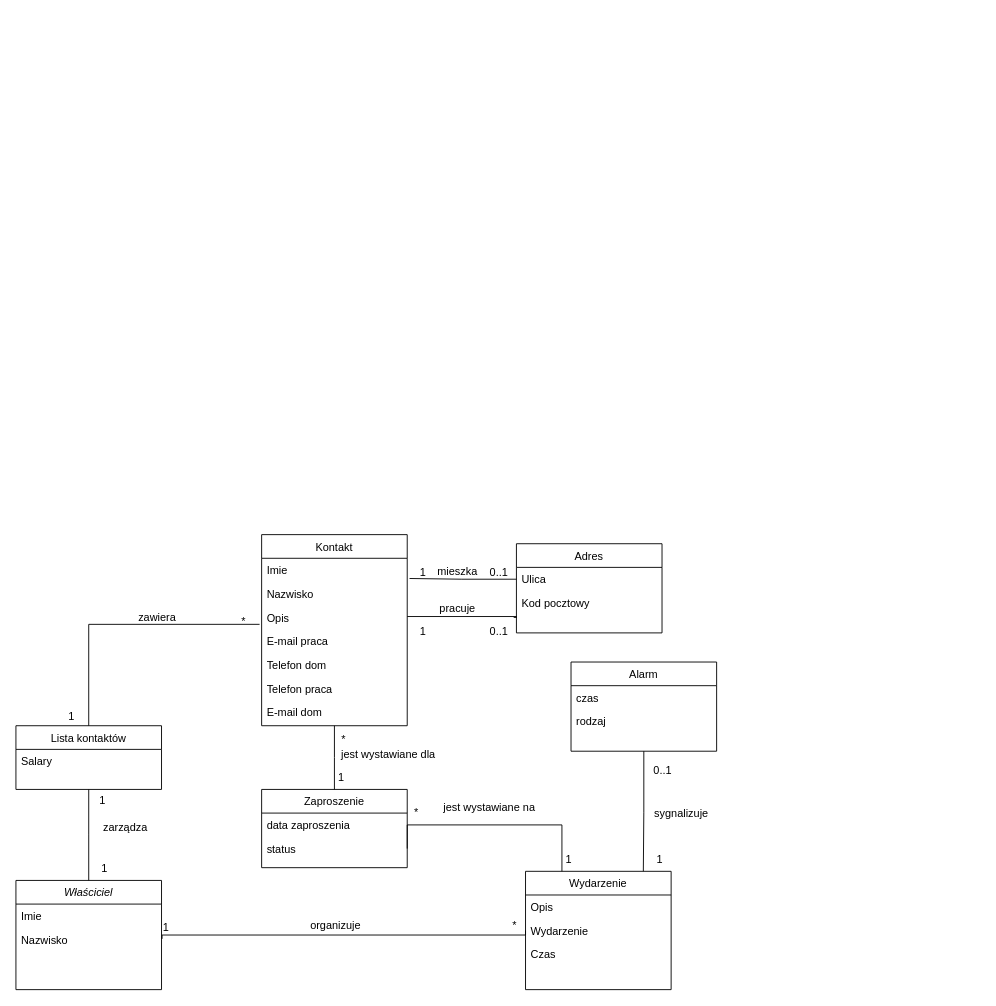
Before: AiPSIpr2.drawio in cocacolaja/Studia, a draw.io diagram. Source tidied: cells renumbered, new cells numbered last; positions are measured from the earlier drawing's top-left corner, leaving out a move shared by most shapes. Both pictures are drawn from the tidied source at 91%, with x=0, y=0 at pixel (15, 534).
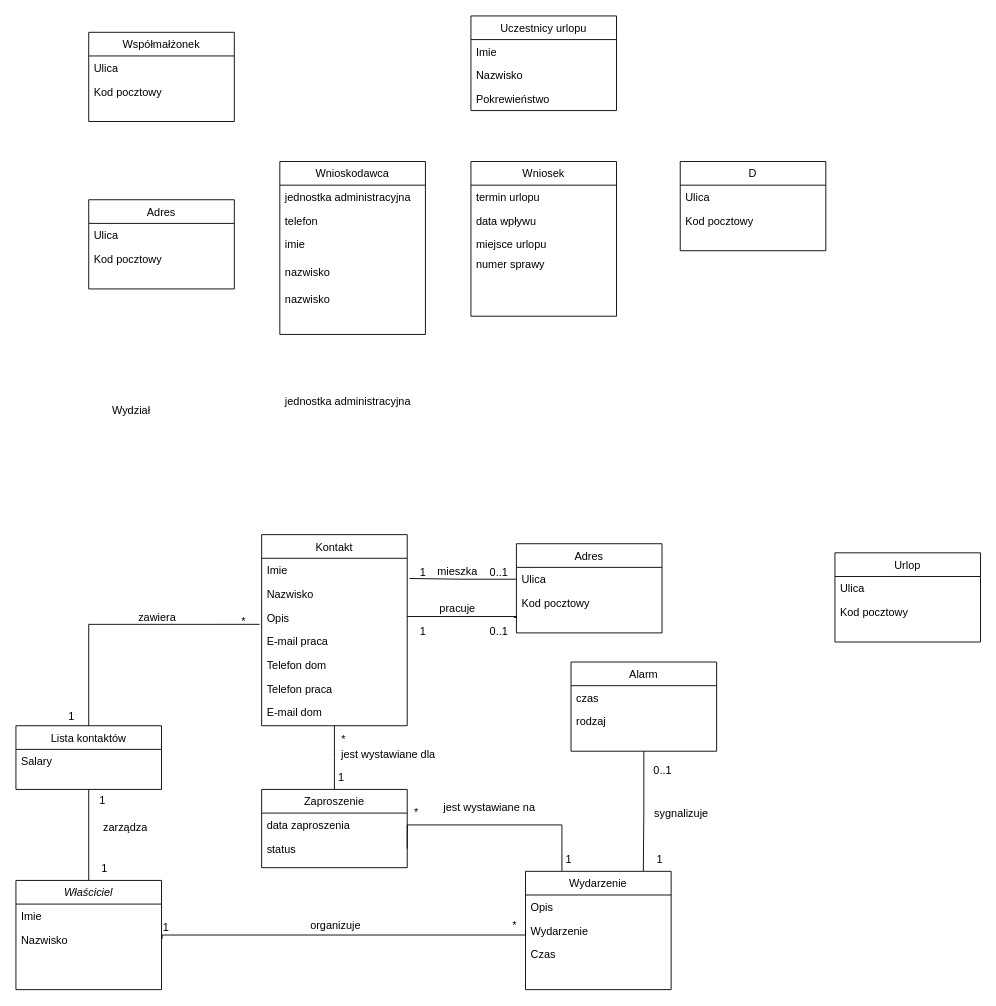
After the change.

Change to the diagram source:
```diff
@@
+    <mxCell id="60" value="Wnioskodawca" style="swimlane;fontStyle=0;align=center;verticalAlign=top;horizontal=1;startSize=26;rounded=0;shadow=0;strokeWidth=1;" parent="1" vertex="1">
+      <mxGeometry x="290" y="-410" width="160" height="190" as="geometry" />
+    </mxCell>
+    <mxCell id="61" value="jednostka administracyjna" style="text;align=left;verticalAlign=top;spacingLeft=4;spacingRight=4;overflow=hidden;rounded=0;shadow=0;html=0;" parent="60" vertex="1">
+      <mxGeometry y="26" width="160" height="26" as="geometry" />
+    </mxCell>
+    <mxCell id="62" value="telefon" style="text;align=left;verticalAlign=top;spacingLeft=4;spacingRight=4;overflow=hidden;rounded=0;shadow=0;html=0;" parent="60" vertex="1">
+      <mxGeometry y="52" width="160" height="26" as="geometry" />
+    </mxCell>
+    <mxCell id="63" value="imie" style="text;align=left;verticalAlign=top;spacingLeft=4;spacingRight=4;overflow=hidden;rounded=0;shadow=0;html=0;" parent="60" vertex="1">
+      <mxGeometry y="78" width="160" height="30" as="geometry" />
+    </mxCell>
+    <mxCell id="64" value="nazwisko" style="text;align=left;verticalAlign=top;spacingLeft=4;spacingRight=4;overflow=hidden;rounded=0;shadow=0;html=0;" parent="60" vertex="1">
+      <mxGeometry y="108" width="160" height="30" as="geometry" />
+    </mxCell>
+    <mxCell id="65" value="nazwisko" style="text;align=left;verticalAlign=top;spacingLeft=4;spacingRight=4;overflow=hidden;rounded=0;shadow=0;html=0;" parent="60" vertex="1">
+      <mxGeometry y="138" width="160" height="30" as="geometry" />
+    </mxCell>
+    <mxCell id="66" value="Adres" style="swimlane;fontStyle=0;align=center;verticalAlign=top;horizontal=1;startSize=26;rounded=0;shadow=0;strokeWidth=1;" parent="1" vertex="1">
+      <mxGeometry x="80" y="-368" width="160" height="98" as="geometry" />
+    </mxCell>
+    <mxCell id="67" value="Ulica" style="text;align=left;verticalAlign=top;spacingLeft=4;spacingRight=4;overflow=hidden;" parent="66" vertex="1">
+      <mxGeometry y="26" width="160" height="26" as="geometry" />
+    </mxCell>
+    <mxCell id="68" value="Kod pocztowy" style="text;align=left;verticalAlign=top;spacingLeft=4;spacingRight=4;overflow=hidden;rounded=0;shadow=0;html=0;" parent="66" vertex="1">
+      <mxGeometry y="52" width="160" height="26" as="geometry" />
+    </mxCell>
+    <mxCell id="69" value="Uczestnicy urlopu" style="swimlane;fontStyle=0;align=center;verticalAlign=top;horizontal=1;startSize=26;rounded=0;shadow=0;strokeWidth=1;" parent="1" vertex="1">
+      <mxGeometry x="500" y="-570" width="160" height="104" as="geometry" />
+    </mxCell>
+    <mxCell id="70" value="Imie" style="text;align=left;verticalAlign=top;spacingLeft=4;spacingRight=4;overflow=hidden;" parent="69" vertex="1">
+      <mxGeometry y="26" width="160" height="26" as="geometry" />
+    </mxCell>
+    <mxCell id="71" value="Nazwisko" style="text;align=left;verticalAlign=top;spacingLeft=4;spacingRight=4;overflow=hidden;rounded=0;shadow=0;html=0;" parent="69" vertex="1">
+      <mxGeometry y="52" width="160" height="26" as="geometry" />
+    </mxCell>
+    <mxCell id="72" value="Pokrewieństwo" style="text;align=left;verticalAlign=top;spacingLeft=4;spacingRight=4;overflow=hidden;rounded=0;shadow=0;html=0;" parent="69" vertex="1">
+      <mxGeometry y="78" width="160" height="26" as="geometry" />
+    </mxCell>
+    <mxCell id="73" value="D" style="swimlane;fontStyle=0;align=center;verticalAlign=top;horizontal=1;startSize=26;rounded=0;shadow=0;strokeWidth=1;" parent="1" vertex="1">
+      <mxGeometry x="730" y="-410" width="160" height="98" as="geometry" />
+    </mxCell>
+    <mxCell id="74" value="Ulica" style="text;align=left;verticalAlign=top;spacingLeft=4;spacingRight=4;overflow=hidden;" parent="73" vertex="1">
+      <mxGeometry y="26" width="160" height="26" as="geometry" />
+    </mxCell>
+    <mxCell id="75" value="Kod pocztowy" style="text;align=left;verticalAlign=top;spacingLeft=4;spacingRight=4;overflow=hidden;rounded=0;shadow=0;html=0;" parent="73" vertex="1">
+      <mxGeometry y="52" width="160" height="26" as="geometry" />
+    </mxCell>
+    <mxCell id="76" value="Wniosek" style="swimlane;fontStyle=0;align=center;verticalAlign=top;horizontal=1;startSize=26;rounded=0;shadow=0;strokeWidth=1;" parent="1" vertex="1">
+      <mxGeometry x="500" y="-410" width="160" height="170" as="geometry" />
+    </mxCell>
+    <mxCell id="77" value="termin urlopu" style="text;align=left;verticalAlign=top;spacingLeft=4;spacingRight=4;overflow=hidden;" parent="76" vertex="1">
+      <mxGeometry y="26" width="160" height="26" as="geometry" />
+    </mxCell>
+    <mxCell id="78" value="data wpływu" style="text;align=left;verticalAlign=top;spacingLeft=4;spacingRight=4;overflow=hidden;" parent="76" vertex="1">
+      <mxGeometry y="52" width="160" height="26" as="geometry" />
+    </mxCell>
+    <mxCell id="79" value="miejsce urlopu" style="text;align=left;verticalAlign=top;spacingLeft=4;spacingRight=4;overflow=hidden;" parent="76" vertex="1">
+      <mxGeometry y="78" width="160" height="22" as="geometry" />
+    </mxCell>
+    <mxCell id="80" value="numer sprawy" style="text;align=left;verticalAlign=top;spacingLeft=4;spacingRight=4;overflow=hidden;" parent="76" vertex="1">
+      <mxGeometry y="100" width="160" height="30" as="geometry" />
+    </mxCell>
+    <mxCell id="81" value="Urlop" style="swimlane;fontStyle=0;align=center;verticalAlign=top;horizontal=1;startSize=26;rounded=0;shadow=0;strokeWidth=1;" parent="1" vertex="1">
+      <mxGeometry x="900" y="20" width="160" height="98" as="geometry" />
+    </mxCell>
+    <mxCell id="82" value="Ulica" style="text;align=left;verticalAlign=top;spacingLeft=4;spacingRight=4;overflow=hidden;" parent="81" vertex="1">
+      <mxGeometry y="26" width="160" height="26" as="geometry" />
+    </mxCell>
+    <mxCell id="83" value="Kod pocztowy" style="text;align=left;verticalAlign=top;spacingLeft=4;spacingRight=4;overflow=hidden;rounded=0;shadow=0;html=0;" parent="81" vertex="1">
+      <mxGeometry y="52" width="160" height="26" as="geometry" />
+    </mxCell>
+    <mxCell id="84" value="Współmałżonek" style="swimlane;fontStyle=0;align=center;verticalAlign=top;horizontal=1;startSize=26;rounded=0;shadow=0;strokeWidth=1;" parent="1" vertex="1">
+      <mxGeometry x="80" y="-552" width="160" height="98" as="geometry" />
+    </mxCell>
+    <mxCell id="85" value="Ulica" style="text;align=left;verticalAlign=top;spacingLeft=4;spacingRight=4;overflow=hidden;" parent="84" vertex="1">
+      <mxGeometry y="26" width="160" height="26" as="geometry" />
+    </mxCell>
+    <mxCell id="86" value="Kod pocztowy" style="text;align=left;verticalAlign=top;spacingLeft=4;spacingRight=4;overflow=hidden;rounded=0;shadow=0;html=0;" parent="84" vertex="1">
+      <mxGeometry y="52" width="160" height="26" as="geometry" />
+    </mxCell>
+    <mxCell id="87" value="jednostka administracyjna" style="text;align=left;verticalAlign=top;spacingLeft=4;spacingRight=4;overflow=hidden;rounded=0;shadow=0;html=0;" parent="1" vertex="1">
+      <mxGeometry x="290" y="-160" width="160" height="26" as="geometry" />
+    </mxCell>
+    <mxCell id="88" value="Wydział" style="text;align=left;verticalAlign=top;spacingLeft=4;spacingRight=4;overflow=hidden;" parent="1" vertex="1">
+      <mxGeometry x="100" y="-150" width="160" height="26" as="geometry" />
+    </mxCell>
```
